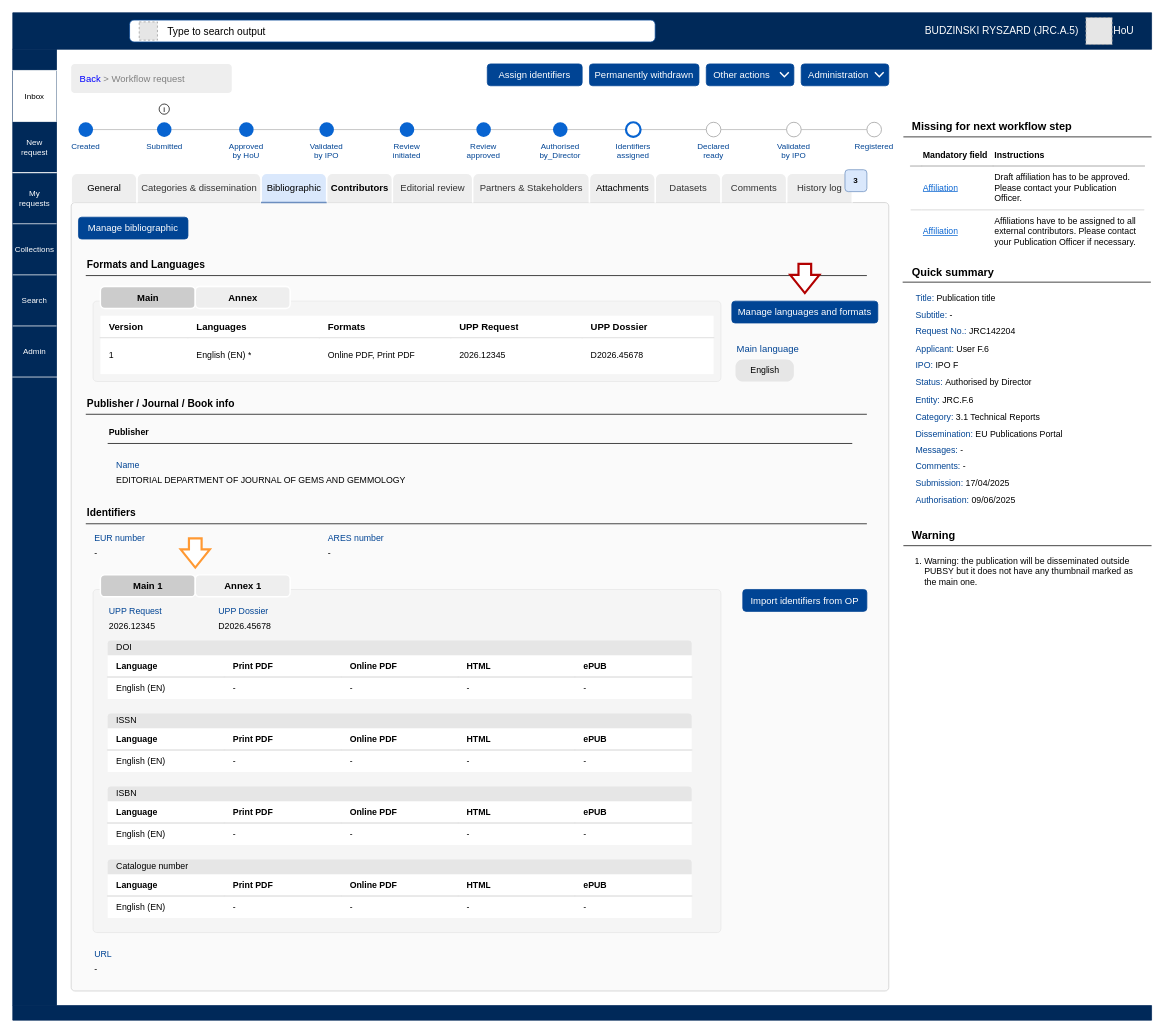
RyszardBudzinski/PUBSY_mockups keeps this draw.io diagram as page "Page-5_table" (1 of 11) of test_identifiers_ver3.drawio. Above is the earlier version. Source tidied: cells renumbered, new cells numbered last; positions are measured from the earlier drawing's top-left corner, leaving out a move shared by most shapes. Both pictures are drawn from the tidied source at 73%, with x=0, y=0 at pixel (12, 12). Pictures stored in the file or linked from it are replaced by grey dashed boxes.
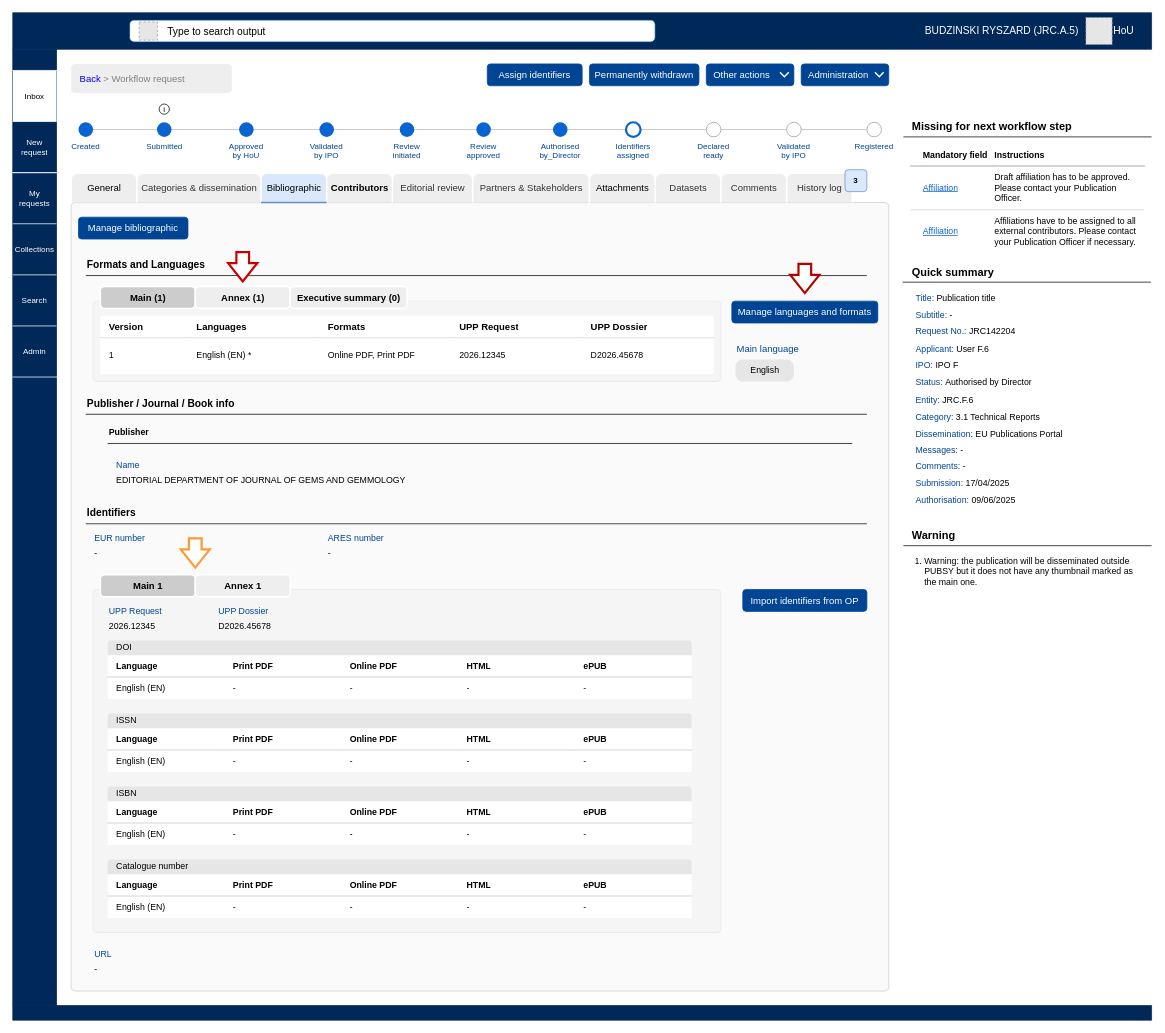
Above is the later version.

The change refers to these unchanged cells:
```xml
<mxCell id="2" style="verticalLabelPosition=bottom;verticalAlign=top;html=1;shape=mxgraph.basic.rect;fillColor2=none;strokeWidth=1;size=5;indent=5;rectStyle=rounded;absoluteCornerSize=1;fillColor=light-dark(#FAFAFA,#FCFCFC);strokeColor=light-dark(#CCCCCC,#CCCCCC);fontColor=#333333;" parent="1" vertex="1">
  <mxGeometry x="80" y="260" width="1120" height="1080" as="geometry" />
</mxCell>
```

Diff of the diagram source:
```diff
@@
-    <mxCell id="101" value="Main" style="verticalLabelPosition=middle;verticalAlign=middle;html=1;shape=mxgraph.basic.rect;fillColor2=none;strokeWidth=2;size=20;indent=5;rectStyle=rounded;bottom=1;absoluteCornerSize=0;labelPosition=center;align=center;fontSize=13;fontStyle=1;fillColor=#CCCCCC;strokeColor=#FFFFFF;" parent="2" vertex="1">
+    <mxCell id="101" value="Main (1)" style="verticalLabelPosition=middle;verticalAlign=middle;html=1;shape=mxgraph.basic.rect;fillColor2=none;strokeWidth=2;size=20;indent=5;rectStyle=rounded;bottom=1;absoluteCornerSize=0;labelPosition=center;align=center;fontSize=13;fontStyle=1;fillColor=#CCCCCC;strokeColor=#FFFFFF;" parent="2" vertex="1">
       <mxGeometry x="40" y="115" width="130" height="30" as="geometry" />
     </mxCell>
-    <mxCell id="102" value="Annex" style="verticalLabelPosition=middle;verticalAlign=middle;html=1;shape=mxgraph.basic.rect;fillColor2=none;strokeWidth=2;size=20;indent=5;rectStyle=rounded;bottom=1;absoluteCornerSize=0;labelPosition=center;align=center;fontSize=13;fontStyle=1;fillColor=#eeeeee;strokeColor=#FFFFFF;" parent="2" vertex="1">
+    <mxCell id="102" value="Annex (1)" style="verticalLabelPosition=middle;verticalAlign=middle;html=1;shape=mxgraph.basic.rect;fillColor2=none;strokeWidth=2;size=20;indent=5;rectStyle=rounded;bottom=1;absoluteCornerSize=0;labelPosition=center;align=center;fontSize=13;fontStyle=1;fillColor=#eeeeee;strokeColor=#FFFFFF;" parent="2" vertex="1">
       <mxGeometry x="170" y="115" width="130" height="30" as="geometry" />
     </mxCell>
@@
+    <mxCell id="220" style="shape=singleArrow;direction=south;whiteSpace=wrap;html=1;arrowWidth=0.43333333333333335;arrowSize=0.625;fillColor=default;strokeColor=#CC0000;shadow=0;rotation=0;fontColor=#ffffff;strokeWidth=3;" parent="2" vertex="1">
+      <mxGeometry x="215" y="68" width="40" height="40" as="geometry" />
+    </mxCell>
+    <mxCell id="221" value="Executive summary (0)" style="verticalLabelPosition=middle;verticalAlign=middle;html=1;shape=mxgraph.basic.rect;fillColor2=none;strokeWidth=2;size=20;indent=5;rectStyle=rounded;bottom=1;absoluteCornerSize=0;labelPosition=center;align=center;fontSize=13;fontStyle=1;fillColor=#eeeeee;strokeColor=#FFFFFF;" parent="2" vertex="1">
+      <mxGeometry x="300" y="115" width="160" height="30" as="geometry" />
+    </mxCell>
```
